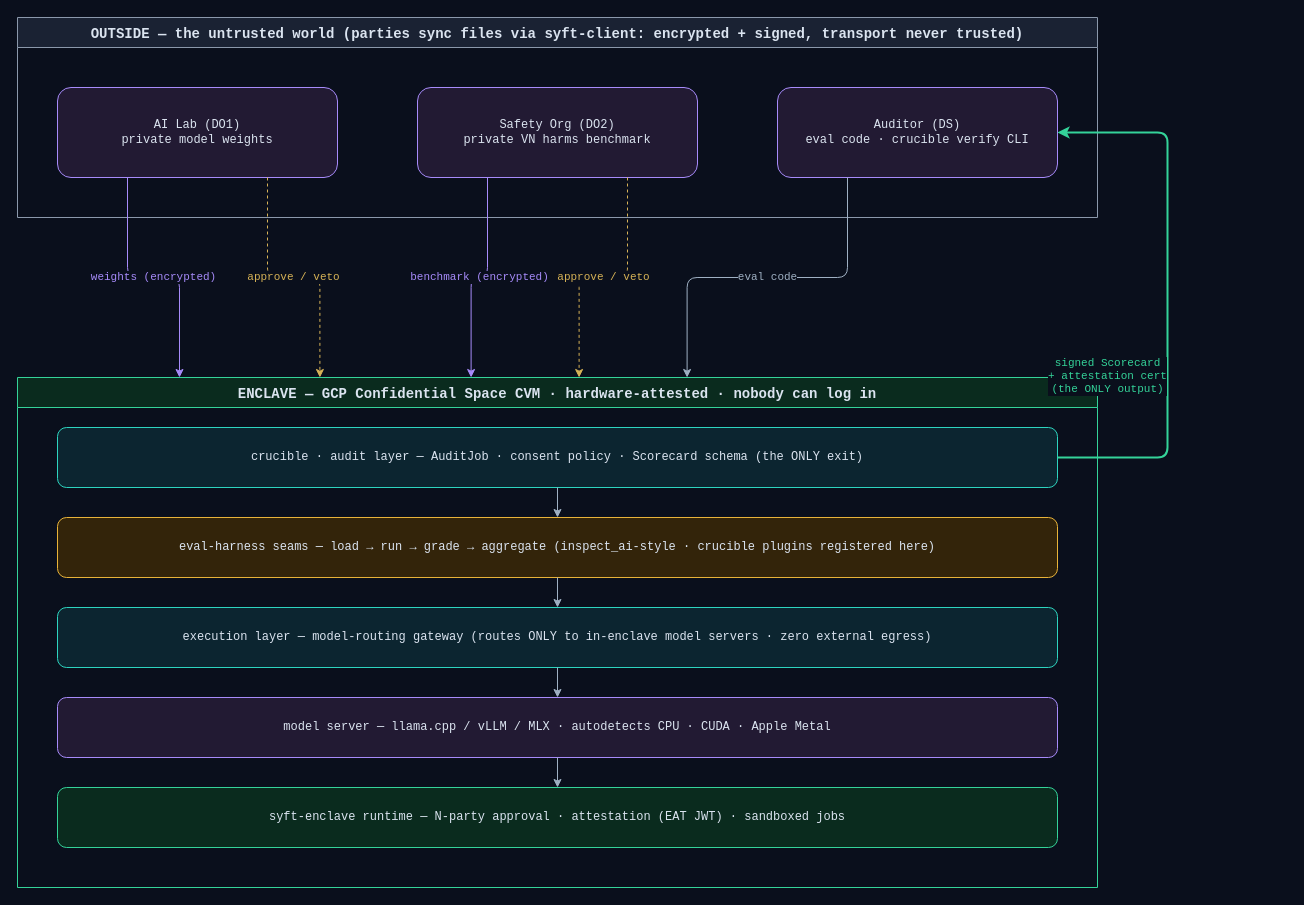
khoaguin/crucible keeps this draw.io diagram as docs/diagrams/02-architecture-layers.drawio. Above is the earlier version. Source tidied: cells renumbered, new cells numbered last; positions are measured from the earlier drawing's top-left corner, leaving out a move shared by most shapes. Both pictures are drawn from the tidied source at 100%, with x=0, y=0 at pixel (17, 17).
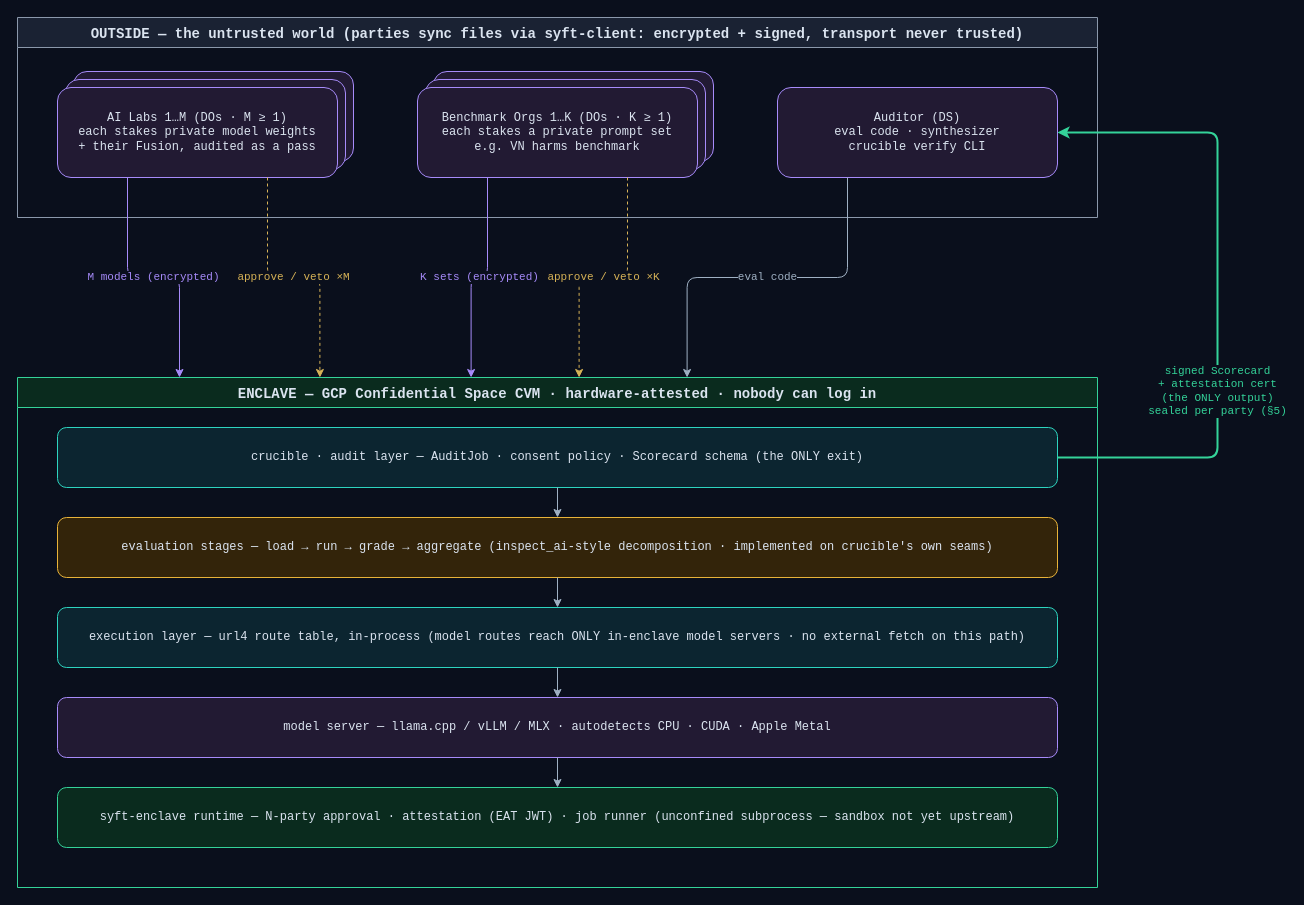
Above is the later version.

Unchanged cells that the change refers to:
```xml
<mxCell id="2" value="OUTSIDE — the untrusted world (parties sync files via syft-client: encrypted + signed, transport never trusted)" style="swimlane;startSize=30;fillColor=#1a2233;strokeColor=#8b98ab;fontColor=#dbe4f0;fontFamily=Courier New;fontSize=14;fontStyle=1;" parent="1" vertex="1">
  <mxGeometry width="1080" height="200" as="geometry" />
</mxCell>
<mxCell id="6" value="ENCLAVE — GCP Confidential Space CVM · hardware-attested · nobody can log in" style="swimlane;startSize=30;fillColor=#0a2b1e;strokeColor=#34d399;fontColor=#dbe4f0;fontFamily=Courier New;fontSize=14;fontStyle=1;" parent="1" vertex="1">
  <mxGeometry y="360" width="1080" height="510" as="geometry" />
</mxCell>
<mxCell id="7" value="crucible · audit layer — AuditJob · consent policy · Scorecard schema (the ONLY exit)" style="rounded=1;whiteSpace=wrap;html=1;fillColor=#0c2530;strokeColor=#2dd4bf;fontColor=#dbe4f0;fontFamily=Courier New;fontSize=12;" parent="6" vertex="1">
  <mxGeometry x="40" y="50" width="1000" height="60" as="geometry" />
</mxCell>
```

Diff of the diagram source:
```diff
@@
+    <mxCell id="22" style="rounded=1;whiteSpace=wrap;html=1;fillColor=#221a33;strokeColor=#a78bfa;fontColor=#dbe4f0;fontFamily=Courier New;fontSize=12;" parent="2" vertex="1">
+      <mxGeometry x="56" y="54" width="280" height="90" as="geometry" />
+    </mxCell>
+    <mxCell id="23" style="rounded=1;whiteSpace=wrap;html=1;fillColor=#221a33;strokeColor=#a78bfa;fontColor=#dbe4f0;fontFamily=Courier New;fontSize=12;" parent="2" vertex="1">
+      <mxGeometry x="48" y="62" width="280" height="90" as="geometry" />
+    </mxCell>
-    <mxCell id="3" value="AI Lab (DO1)&#10;private model weights" style="rounded=1;whiteSpace=wrap;html=1;fillColor=#221a33;strokeColor=#a78bfa;fontColor=#dbe4f0;fontFamily=Courier New;fontSize=12;" parent="2" vertex="1">
+    <mxCell id="3" value="AI Labs 1…M (DOs · M ≥ 1)&#10;each stakes private model weights&#10;+ their Fusion, audited as a pass" style="rounded=1;whiteSpace=wrap;html=1;fillColor=#221a33;strokeColor=#a78bfa;fontColor=#dbe4f0;fontFamily=Courier New;fontSize=12;" parent="2" vertex="1">
       <mxGeometry x="40" y="70" width="280" height="90" as="geometry" />
     </mxCell>
+    <mxCell id="24" style="rounded=1;whiteSpace=wrap;html=1;fillColor=#221a33;strokeColor=#a78bfa;fontColor=#dbe4f0;fontFamily=Courier New;fontSize=12;" parent="2" vertex="1">
+      <mxGeometry x="416" y="54" width="280" height="90" as="geometry" />
+    </mxCell>
+    <mxCell id="25" style="rounded=1;whiteSpace=wrap;html=1;fillColor=#221a33;strokeColor=#a78bfa;fontColor=#dbe4f0;fontFamily=Courier New;fontSize=12;" parent="2" vertex="1">
+      <mxGeometry x="408" y="62" width="280" height="90" as="geometry" />
+    </mxCell>
-    <mxCell id="4" value="Safety Org (DO2)&#10;private VN harms benchmark" style="rounded=1;whiteSpace=wrap;html=1;fillColor=#221a33;strokeColor=#a78bfa;fontColor=#dbe4f0;fontFamily=Courier New;fontSize=12;" parent="2" vertex="1">
+    <mxCell id="4" value="Benchmark Orgs 1…K (DOs · K ≥ 1)&#10;each stakes a private prompt set&#10;e.g. VN harms benchmark" style="rounded=1;whiteSpace=wrap;html=1;fillColor=#221a33;strokeColor=#a78bfa;fontColor=#dbe4f0;fontFamily=Courier New;fontSize=12;" parent="2" vertex="1">
       <mxGeometry x="400" y="70" width="280" height="90" as="geometry" />
     </mxCell>
-    <mxCell id="5" value="Auditor (DS)&#10;eval code · crucible verify CLI" style="rounded=1;whiteSpace=wrap;html=1;fillColor=#221a33;strokeColor=#a78bfa;fontColor=#dbe4f0;fontFamily=Courier New;fontSize=12;" parent="2" vertex="1">
+    <mxCell id="5" value="Auditor (DS)&#10;eval code · synthesizer&#10;crucible verify CLI" style="rounded=1;whiteSpace=wrap;html=1;fillColor=#221a33;strokeColor=#a78bfa;fontColor=#dbe4f0;fontFamily=Courier New;fontSize=12;" parent="2" vertex="1">
       <mxGeometry x="760" y="70" width="280" height="90" as="geometry" />
     </mxCell>
@@
-    <mxCell id="8" value="eval-harness seams — load → run → grade → aggregate  (inspect_ai-style · crucible plugins registered here)" style="rounded=1;whiteSpace=wrap;html=1;fillColor=#33240a;strokeColor=#e8b339;fontColor=#dbe4f0;fontFamily=Courier New;fontSize=12;" parent="6" vertex="1">
+    <mxCell id="8" value="evaluation stages — load → run → grade → aggregate  (inspect_ai-style decomposition · implemented on crucible's own seams)" style="rounded=1;whiteSpace=wrap;html=1;fillColor=#33240a;strokeColor=#e8b339;fontColor=#dbe4f0;fontFamily=Courier New;fontSize=12;" parent="6" vertex="1">
       <mxGeometry x="40" y="140" width="1000" height="60" as="geometry" />
     </mxCell>
-    <mxCell id="9" value="execution layer — model-routing gateway  (routes ONLY to in-enclave model servers · zero external egress)" style="rounded=1;whiteSpace=wrap;html=1;fillColor=#0c2530;strokeColor=#2dd4bf;fontColor=#dbe4f0;fontFamily=Courier New;fontSize=12;" parent="6" vertex="1">
+    <mxCell id="9" value="execution layer — url4 route table, in-process  (model routes reach ONLY in-enclave model servers · no external fetch on this path)" style="rounded=1;whiteSpace=wrap;html=1;fillColor=#0c2530;strokeColor=#2dd4bf;fontColor=#dbe4f0;fontFamily=Courier New;fontSize=12;" parent="6" vertex="1">
       <mxGeometry x="40" y="230" width="1000" height="60" as="geometry" />
     </mxCell>
@@
-    <mxCell id="11" value="syft-enclave runtime — N-party approval · attestation (EAT JWT) · sandboxed jobs" style="rounded=1;whiteSpace=wrap;html=1;fillColor=#0a2b1e;strokeColor=#34d399;fontColor=#dbe4f0;fontFamily=Courier New;fontSize=12;" parent="6" vertex="1">
+    <mxCell id="11" value="syft-enclave runtime — N-party approval · attestation (EAT JWT) · job runner (unconfined subprocess — sandbox not yet upstream)" style="rounded=1;whiteSpace=wrap;html=1;fillColor=#0a2b1e;strokeColor=#34d399;fontColor=#dbe4f0;fontFamily=Courier New;fontSize=12;" parent="6" vertex="1">
       <mxGeometry x="40" y="410" width="1000" height="60" as="geometry" />
     </mxCell>
@@
-    <mxCell id="16" value="weights (encrypted)" style="edgeStyle=orthogonalEdgeStyle;rounded=1;jettySize=auto;html=1;endArrow=classic;endFill=1;strokeColor=#a78bfa;fontColor=#a78bfa;fontFamily=Courier New;fontSize=11;labelBackgroundColor=#0a0f1c;exitX=0.25;exitY=1;entryX=0.15;entryY=0;" parent="1" edge="1" source="3" target="6">
+    <mxCell id="16" value="M models (encrypted)" style="edgeStyle=orthogonalEdgeStyle;rounded=1;jettySize=auto;html=1;endArrow=classic;endFill=1;strokeColor=#a78bfa;fontColor=#a78bfa;fontFamily=Courier New;fontSize=11;labelBackgroundColor=#0a0f1c;exitX=0.25;exitY=1;entryX=0.15;entryY=0;" parent="1" edge="1" source="3" target="6">
       <mxGeometry relative="1" as="geometry" />
     </mxCell>
-    <mxCell id="17" value="benchmark (encrypted)" style="edgeStyle=orthogonalEdgeStyle;rounded=1;jettySize=auto;html=1;endArrow=classic;endFill=1;strokeColor=#a78bfa;fontColor=#a78bfa;fontFamily=Courier New;fontSize=11;labelBackgroundColor=#0a0f1c;exitX=0.25;exitY=1;entryX=0.42;entryY=0;" parent="1" edge="1" source="4" target="6">
+    <mxCell id="17" value="K sets (encrypted)" style="edgeStyle=orthogonalEdgeStyle;rounded=1;jettySize=auto;html=1;endArrow=classic;endFill=1;strokeColor=#a78bfa;fontColor=#a78bfa;fontFamily=Courier New;fontSize=11;labelBackgroundColor=#0a0f1c;exitX=0.25;exitY=1;entryX=0.42;entryY=0;" parent="1" edge="1" source="4" target="6">
       <mxGeometry relative="1" as="geometry" />
     </mxCell>
@@
-    <mxCell id="19" value="approve / veto" style="edgeStyle=orthogonalEdgeStyle;rounded=1;jettySize=auto;html=1;endArrow=classic;endFill=1;dashed=1;strokeColor=#d7b357;fontColor=#d7b357;fontFamily=Courier New;fontSize=11;labelBackgroundColor=#0a0f1c;exitX=0.75;exitY=1;entryX=0.28;entryY=0;" parent="1" edge="1" source="3" target="6">
+    <mxCell id="19" value="approve / veto ×M" style="edgeStyle=orthogonalEdgeStyle;rounded=1;jettySize=auto;html=1;endArrow=classic;endFill=1;dashed=1;strokeColor=#d7b357;fontColor=#d7b357;fontFamily=Courier New;fontSize=11;labelBackgroundColor=#0a0f1c;exitX=0.75;exitY=1;entryX=0.28;entryY=0;" parent="1" edge="1" source="3" target="6">
       <mxGeometry relative="1" as="geometry" />
     </mxCell>
-    <mxCell id="20" value="approve / veto" style="edgeStyle=orthogonalEdgeStyle;rounded=1;jettySize=auto;html=1;endArrow=classic;endFill=1;dashed=1;strokeColor=#d7b357;fontColor=#d7b357;fontFamily=Courier New;fontSize=11;labelBackgroundColor=#0a0f1c;exitX=0.75;exitY=1;entryX=0.52;entryY=0;" parent="1" edge="1" source="4" target="6">
+    <mxCell id="20" value="approve / veto ×K" style="edgeStyle=orthogonalEdgeStyle;rounded=1;jettySize=auto;html=1;endArrow=classic;endFill=1;dashed=1;strokeColor=#d7b357;fontColor=#d7b357;fontFamily=Courier New;fontSize=11;labelBackgroundColor=#0a0f1c;exitX=0.75;exitY=1;entryX=0.52;entryY=0;" parent="1" edge="1" source="4" target="6">
       <mxGeometry relative="1" as="geometry" />
     </mxCell>
-    <mxCell id="21" value="signed Scorecard&#10;+ attestation cert&#10;(the ONLY output)" style="edgeStyle=orthogonalEdgeStyle;rounded=1;jettySize=auto;html=1;endArrow=classic;endFill=1;strokeWidth=2;strokeColor=#34d399;fontColor=#34d399;fontFamily=Courier New;fontSize=11;labelBackgroundColor=#0a0f1c;exitX=1;exitY=0.5;entryX=1;entryY=0.5;" parent="1" edge="1" source="7" target="5">
+    <mxCell id="21" value="signed Scorecard&#10;+ attestation cert&#10;(the ONLY output)&#10;sealed per party (§5)" style="edgeStyle=orthogonalEdgeStyle;rounded=1;jettySize=auto;html=1;endArrow=classic;endFill=1;strokeWidth=2;strokeColor=#34d399;fontColor=#34d399;fontFamily=Courier New;fontSize=11;labelBackgroundColor=#0a0f1c;exitX=1;exitY=0.5;entryX=1;entryY=0.5;" parent="1" edge="1" source="7" target="5">
       <mxGeometry x="-0.3" relative="1" as="geometry">
         <Array as="points">
-          <mxPoint x="1150" y="440" />
-          <mxPoint x="1150" y="115" />
+          <mxPoint x="1200" y="440" />
+          <mxPoint x="1200" y="115" />
         </Array>
-        <mxPoint x="-60" as="offset" />
       </mxGeometry>
     </mxCell>
```
